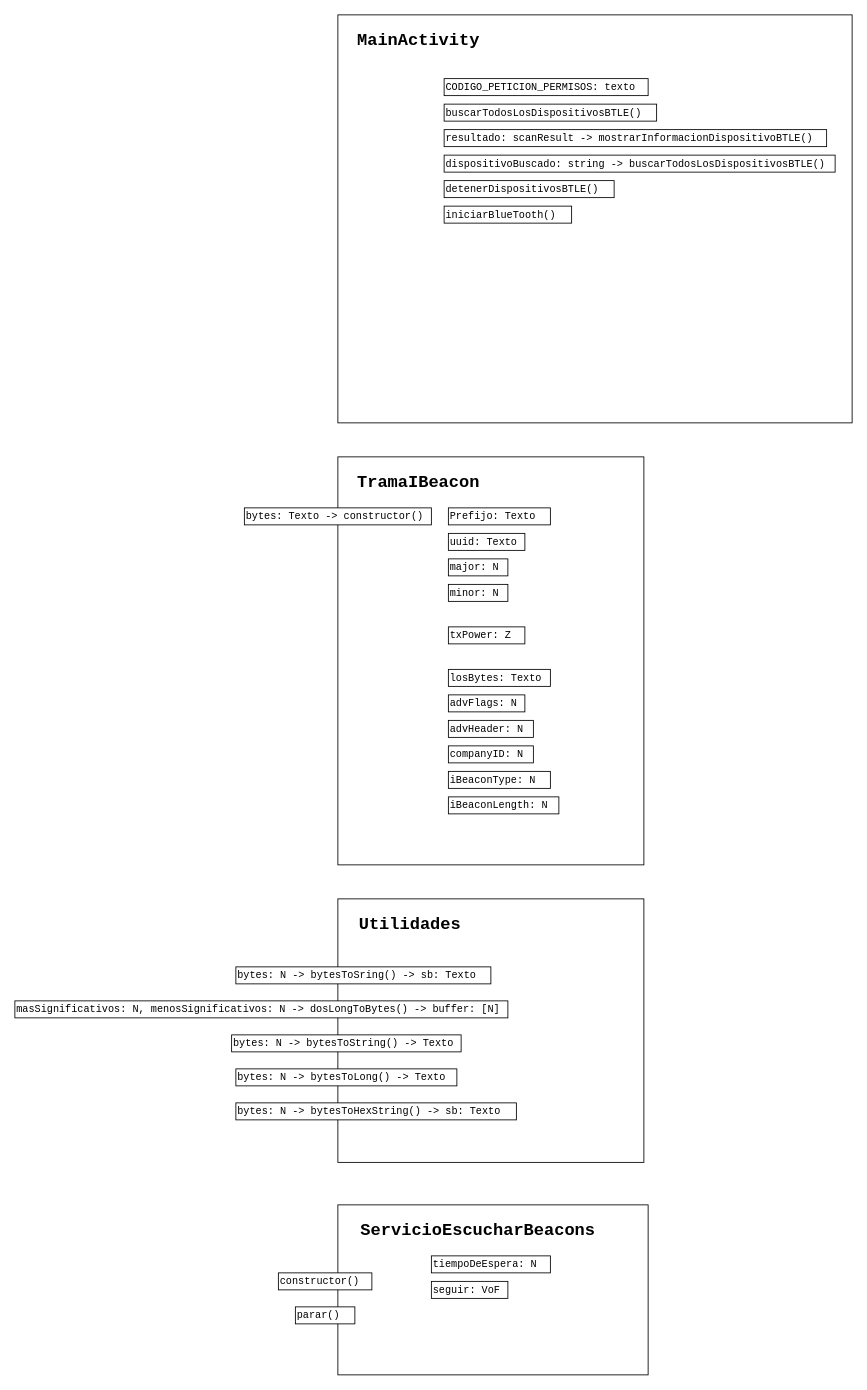
Earlier version of the draw.io diagram doc/Diseño Android.drawio (TaeHyung360/GTI_3A_Android). Source tidied: cells renumbered, new cells numbered last; positions are measured from the earlier drawing's top-left corner, leaving out a move shared by most shapes. Both pictures are drawn from the tidied source at 85%, with x=0, y=0 at pixel (14, 14).
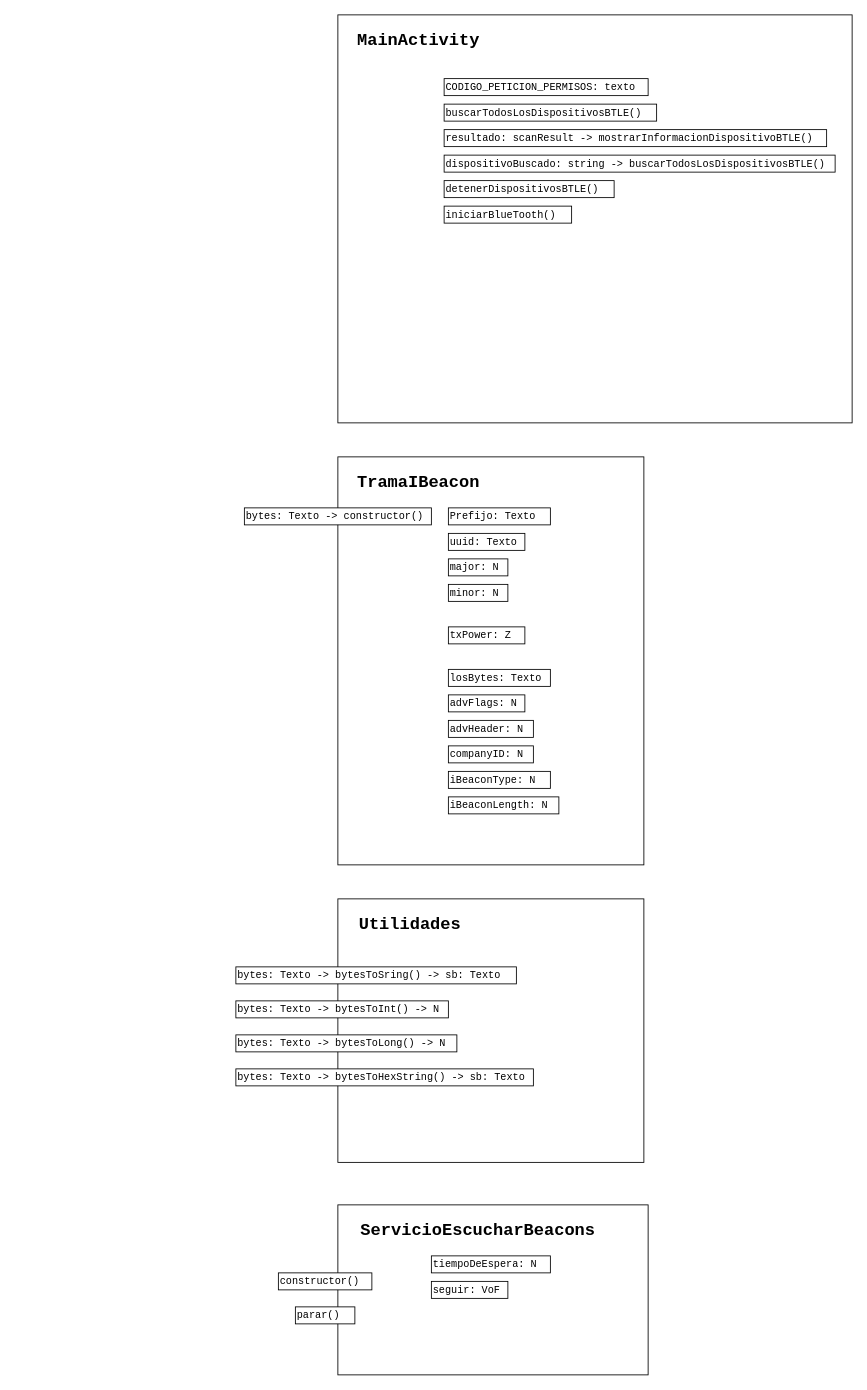
Above is the later version.

What changed in the source:
```diff
@@
-    <mxCell id="18" value="&lt;font face=&quot;Courier New&quot;&gt;bytes: N -&amp;gt; bytesToSring() -&amp;gt; sb: Texto&lt;/font&gt;" style="rounded=0;whiteSpace=wrap;html=1;align=left;" parent="1" vertex="1">
-      <mxGeometry x="260" y="1120" width="300" height="20" as="geometry" />
+    <mxCell id="18" value="&lt;font face=&quot;Courier New&quot;&gt;bytes: Texto -&amp;gt; bytesToSring() -&amp;gt; sb: Texto&lt;/font&gt;" style="rounded=0;whiteSpace=wrap;html=1;align=left;" parent="1" vertex="1">
+      <mxGeometry x="260" y="1120" width="330" height="20" as="geometry" />
     </mxCell>
-    <mxCell id="19" value="&lt;font face=&quot;Courier New&quot;&gt;masSignificativos: N, menosSignificativos: N -&amp;gt; dosLongToBytes() -&amp;gt; buffer: [N]&lt;/font&gt;" style="rounded=0;whiteSpace=wrap;html=1;align=left;" parent="1" vertex="1">
-      <mxGeometry y="1160" width="580" height="20" as="geometry" />
-    </mxCell>
-    <mxCell id="20" value="&lt;font face=&quot;Courier New&quot;&gt;bytes: N -&amp;gt; bytesToString() -&amp;gt; Texto&lt;/font&gt;" style="rounded=0;whiteSpace=wrap;html=1;align=left;" parent="1" vertex="1">
-      <mxGeometry x="255" y="1200" width="270" height="20" as="geometry" />
+    <mxCell id="20" value="&lt;font face=&quot;Courier New&quot;&gt;bytes: Texto -&amp;gt; bytesToInt() -&amp;gt; N&lt;/font&gt;" style="rounded=0;whiteSpace=wrap;html=1;align=left;" parent="1" vertex="1">
+      <mxGeometry x="260" y="1160" width="250" height="20" as="geometry" />
     </mxCell>
-    <mxCell id="21" value="&lt;font face=&quot;Courier New&quot;&gt;bytes: N -&amp;gt; bytesToLong() -&amp;gt; Texto&lt;/font&gt;" style="rounded=0;whiteSpace=wrap;html=1;align=left;" parent="1" vertex="1">
-      <mxGeometry x="260" y="1240" width="260" height="20" as="geometry" />
+    <mxCell id="21" value="&lt;font face=&quot;Courier New&quot;&gt;bytes: Texto -&amp;gt; bytesToLong() -&amp;gt; N&lt;/font&gt;" style="rounded=0;whiteSpace=wrap;html=1;align=left;" parent="1" vertex="1">
+      <mxGeometry x="260" y="1200" width="260" height="20" as="geometry" />
     </mxCell>
-    <mxCell id="22" value="&lt;font face=&quot;Courier New&quot;&gt;bytes: N -&amp;gt; bytesToHexString() -&amp;gt; sb: Texto&lt;/font&gt;" style="rounded=0;whiteSpace=wrap;html=1;align=left;" parent="1" vertex="1">
-      <mxGeometry x="260" y="1280" width="330" height="20" as="geometry" />
+    <mxCell id="22" value="&lt;font face=&quot;Courier New&quot;&gt;bytes: Texto -&amp;gt; bytesToHexString() -&amp;gt; sb: Texto&lt;/font&gt;" style="rounded=0;whiteSpace=wrap;html=1;align=left;" parent="1" vertex="1">
+      <mxGeometry x="260" y="1240" width="350" height="20" as="geometry" />
     </mxCell>
```
